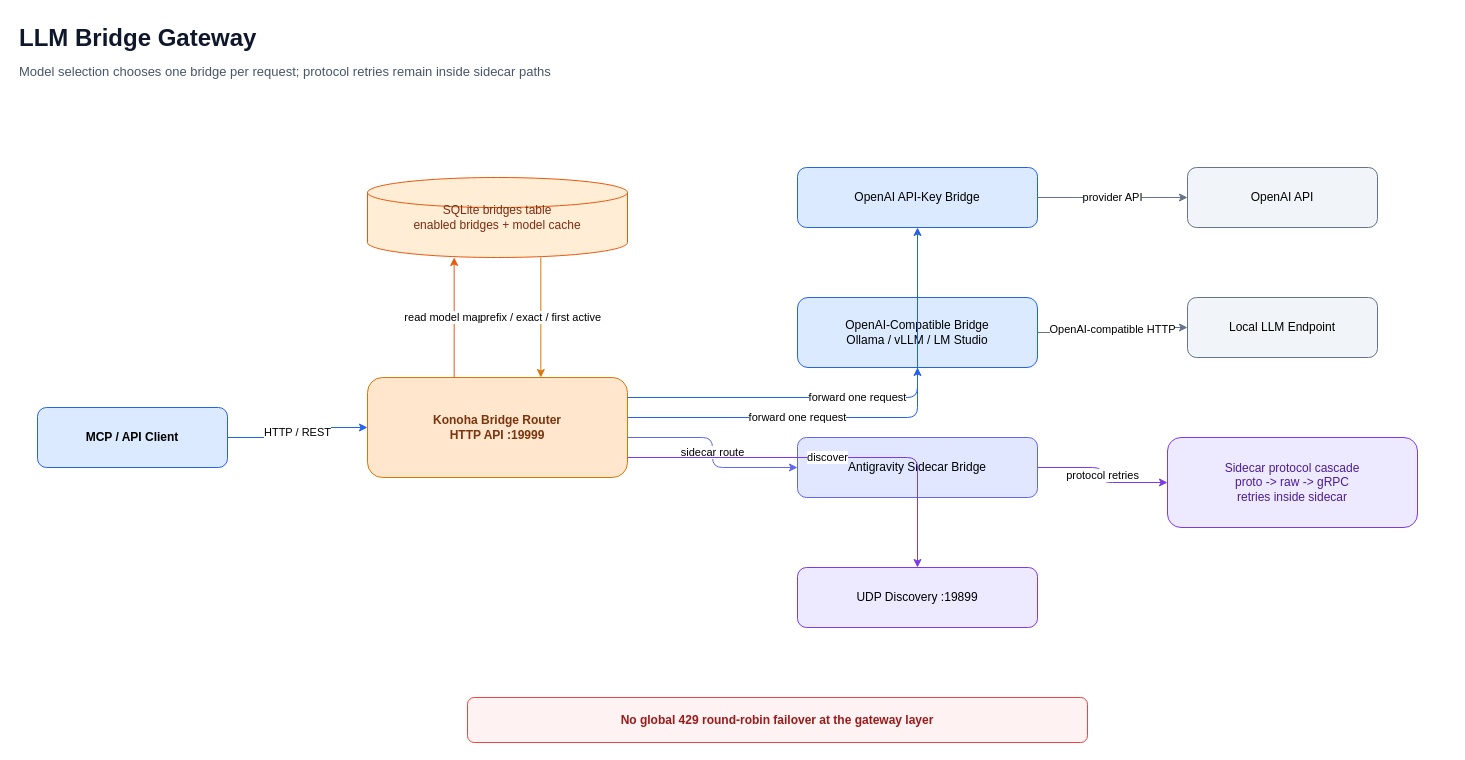
Before: page "04 LLM Bridge Gateway" (4 of 8) of docs/diagrams/konoha-architecture.drawio in andycungkrinx91/konoha, a draw.io diagram. Source tidied: cells renumbered, new cells numbered last; positions are measured from the earlier drawing's top-left corner, leaving out a move shared by most shapes. Both pictures are drawn from the tidied source at 100%, with x=0, y=0 at pixel (17, 17).
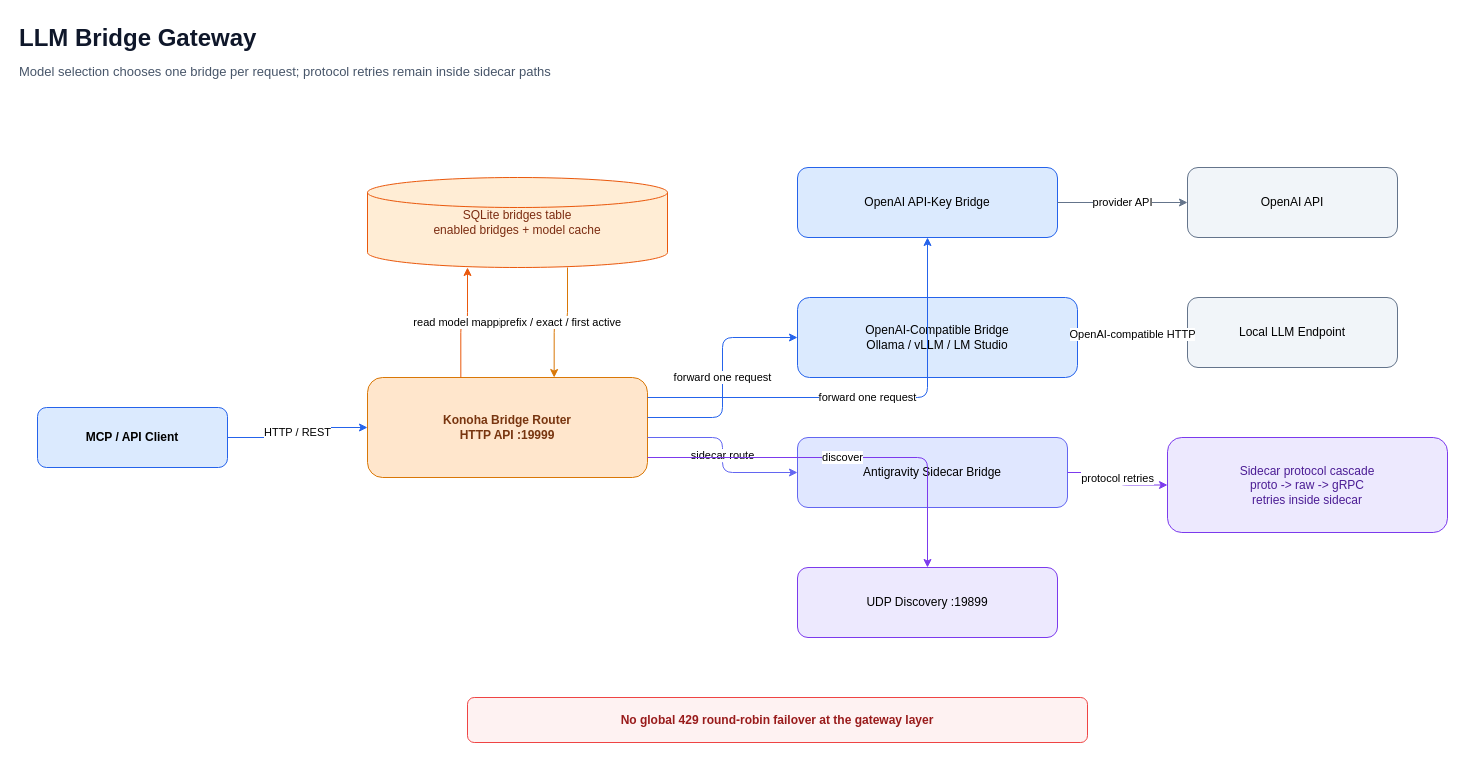
After the change.

The edit, as a diff of the source:
```diff
@@
-    <mxCell id="3" value="Model selection chooses one bridge per request; protocol retries remain inside sidecar paths" style="text;html=1;strokeColor=none;fillColor=none;fontColor=#475569;fontSize=13;align=left;" parent="1" vertex="1">
-      <mxGeometry y="40" width="1100" height="30" as="geometry" />
+    <mxCell id="3" value="Model selection chooses one bridge per request; protocol retries remain inside sidecar paths" style="text;html=1;strokeColor=none;fillColor=none;fontColor=#475569;fontSize=13;align=left;overflow=visible;" parent="1" vertex="1">
+      <mxGeometry y="40" width="1100" height="45" as="geometry" />
     </mxCell>
@@
-    <mxCell id="5" value="Konoha Bridge Router&#10;HTTP API :19999" style="rounded=1;html=1;whiteSpace=wrap;fillColor=#ffe6cc;strokeColor=#d97706;fontColor=#78350f;fontStyle=1;" parent="1" vertex="1">
-      <mxGeometry x="350" y="360" width="260" height="100" as="geometry" />
+    <mxCell id="5" value="Konoha Bridge Router&#10;HTTP API :19999" style="rounded=1;html=1;whiteSpace=wrap;fillColor=#ffe6cc;strokeColor=#d97706;fontColor=#78350f;fontStyle=1;overflow=visible;" parent="1" vertex="1">
+      <mxGeometry x="350" y="360" width="280" height="100" as="geometry" />
     </mxCell>
-    <mxCell id="6" value="SQLite bridges table&#10;enabled bridges + model cache" style="shape=cylinder3;html=1;whiteSpace=wrap;fillColor=#ffedd5;strokeColor=#ea580c;fontColor=#7c2d12;" parent="1" vertex="1">
-      <mxGeometry x="350" y="160" width="260" height="80" as="geometry" />
+    <mxCell id="6" value="SQLite bridges table&#10;enabled bridges + model cache" style="shape=cylinder3;html=1;whiteSpace=wrap;fillColor=#ffedd5;strokeColor=#ea580c;fontColor=#7c2d12;overflow=visible;" parent="1" vertex="1">
+      <mxGeometry x="350" y="160" width="300" height="90" as="geometry" />
     </mxCell>
-    <mxCell id="7" value="OpenAI API-Key Bridge" style="rounded=1;html=1;whiteSpace=wrap;fillColor=#dbeafe;strokeColor=#2563eb;" parent="1" vertex="1">
-      <mxGeometry x="780" y="150" width="240" height="60" as="geometry" />
+    <mxCell id="7" value="OpenAI API-Key Bridge" style="rounded=1;html=1;whiteSpace=wrap;fillColor=#dbeafe;strokeColor=#2563eb;overflow=visible;" parent="1" vertex="1">
+      <mxGeometry x="780" y="150" width="260" height="70" as="geometry" />
     </mxCell>
-    <mxCell id="8" value="OpenAI-Compatible Bridge&#10;Ollama / vLLM / LM Studio" style="rounded=1;html=1;whiteSpace=wrap;fillColor=#dbeafe;strokeColor=#2563eb;" parent="1" vertex="1">
-      <mxGeometry x="780" y="280" width="240" height="70" as="geometry" />
+    <mxCell id="8" value="OpenAI-Compatible Bridge&#10;Ollama / vLLM / LM Studio" style="rounded=1;html=1;whiteSpace=wrap;fillColor=#dbeafe;strokeColor=#2563eb;overflow=visible;" parent="1" vertex="1">
+      <mxGeometry x="780" y="280" width="280" height="80" as="geometry" />
     </mxCell>
-    <mxCell id="9" value="Antigravity Sidecar Bridge" style="rounded=1;html=1;whiteSpace=wrap;fillColor=#e0e7ff;strokeColor=#6366f1;" parent="1" vertex="1">
-      <mxGeometry x="780" y="420" width="240" height="60" as="geometry" />
+    <mxCell id="9" value="Antigravity Sidecar Bridge" style="rounded=1;html=1;whiteSpace=wrap;fillColor=#e0e7ff;strokeColor=#6366f1;overflow=visible;" parent="1" vertex="1">
+      <mxGeometry x="780" y="420" width="270" height="70" as="geometry" />
     </mxCell>
-    <mxCell id="10" value="UDP Discovery :19899" style="rounded=1;html=1;whiteSpace=wrap;fillColor=#ede9fe;strokeColor=#7c3aed;" parent="1" vertex="1">
-      <mxGeometry x="780" y="550" width="240" height="60" as="geometry" />
+    <mxCell id="10" value="UDP Discovery :19899" style="rounded=1;html=1;whiteSpace=wrap;fillColor=#ede9fe;strokeColor=#7c3aed;overflow=visible;" parent="1" vertex="1">
+      <mxGeometry x="780" y="550" width="260" height="70" as="geometry" />
     </mxCell>
-    <mxCell id="11" value="OpenAI API" style="rounded=1;html=1;whiteSpace=wrap;fillColor=#f1f5f9;strokeColor=#64748b;" parent="1" vertex="1">
-      <mxGeometry x="1170" y="150" width="190" height="60" as="geometry" />
+    <mxCell id="11" value="OpenAI API" style="rounded=1;html=1;whiteSpace=wrap;fillColor=#f1f5f9;strokeColor=#64748b;overflow=visible;" parent="1" vertex="1">
+      <mxGeometry x="1170" y="150" width="210" height="70" as="geometry" />
     </mxCell>
-    <mxCell id="12" value="Local LLM Endpoint" style="rounded=1;html=1;whiteSpace=wrap;fillColor=#f1f5f9;strokeColor=#64748b;" parent="1" vertex="1">
-      <mxGeometry x="1170" y="280" width="190" height="60" as="geometry" />
+    <mxCell id="12" value="Local LLM Endpoint" style="rounded=1;html=1;whiteSpace=wrap;fillColor=#f1f5f9;strokeColor=#64748b;overflow=visible;" parent="1" vertex="1">
+      <mxGeometry x="1170" y="280" width="210" height="70" as="geometry" />
     </mxCell>
-    <mxCell id="13" value="Sidecar protocol cascade&#10;proto -&gt; raw -&gt; gRPC&#10;retries inside sidecar" style="rounded=1;html=1;whiteSpace=wrap;fillColor=#ede9fe;strokeColor=#7c3aed;fontColor=#4c1d95;" parent="1" vertex="1">
-      <mxGeometry x="1150" y="420" width="250" height="90" as="geometry" />
+    <mxCell id="13" value="Sidecar protocol cascade&#10;proto -&gt; raw -&gt; gRPC&#10;retries inside sidecar" style="rounded=1;html=1;whiteSpace=wrap;fillColor=#ede9fe;strokeColor=#7c3aed;fontColor=#4c1d95;overflow=visible;" parent="1" vertex="1">
+      <mxGeometry x="1150" y="420" width="280" height="95" as="geometry" />
     </mxCell>
```
